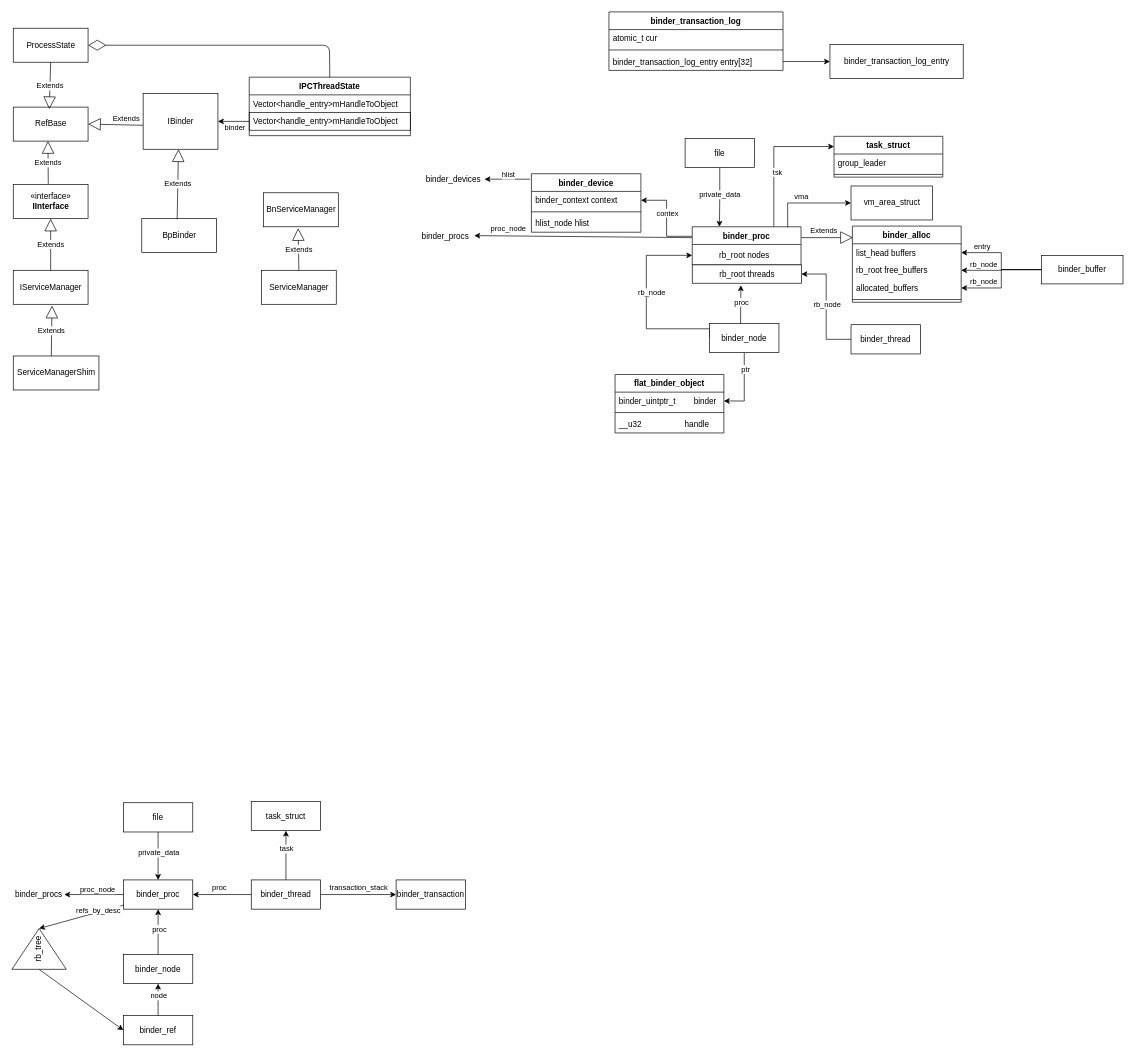
The draw.io diagram Untitled Diagram.drawio in jasonactions/graph, before the edit. Source tidied: cells renumbered, new cells numbered last; positions are measured from the earlier drawing's top-left corner, leaving out a move shared by most shapes. Both pictures are drawn from the tidied source at 68%, with x=0, y=0 at pixel (13, 12).
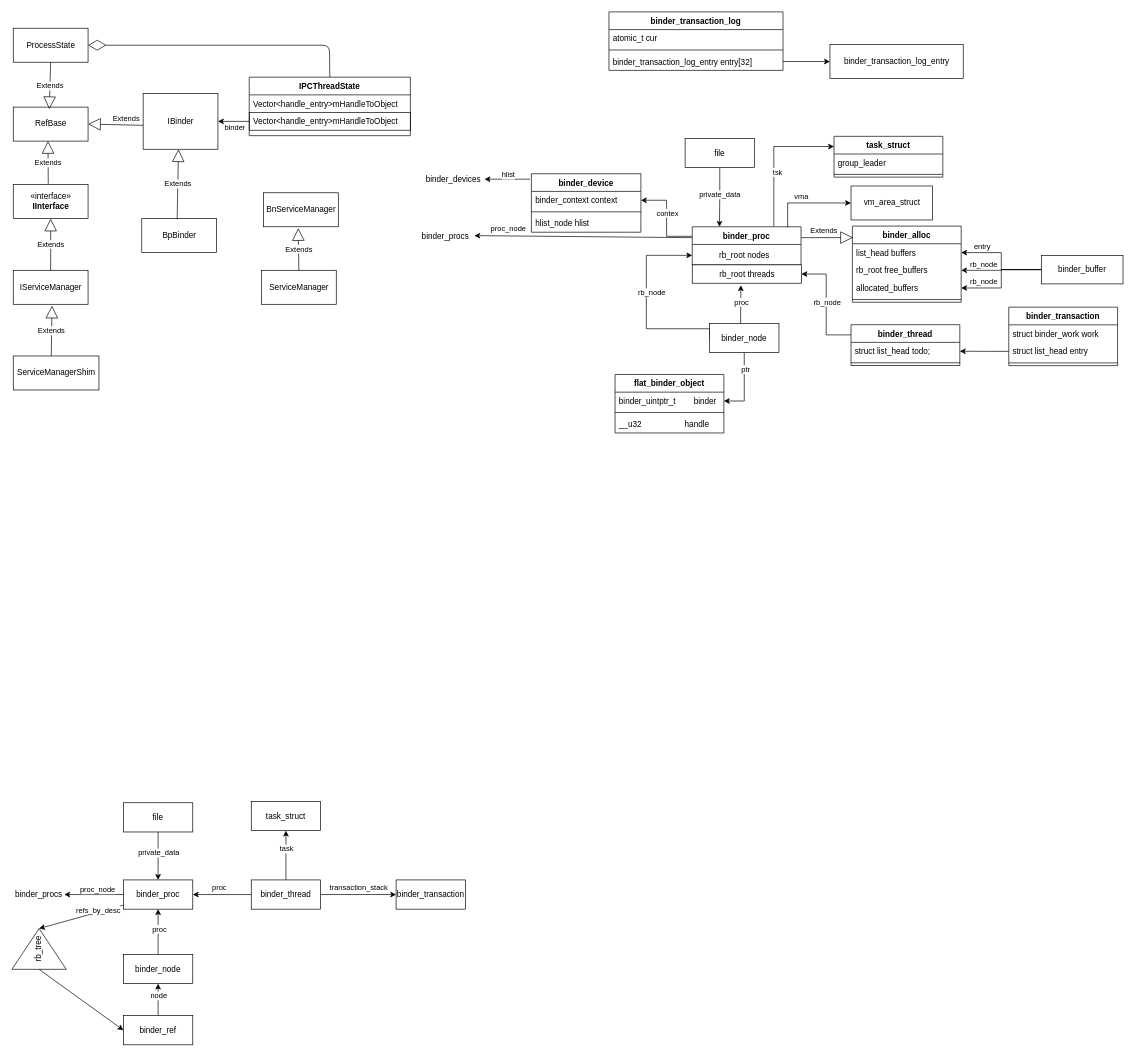
Above is the later version.

Unchanged cells that the change refers to:
```xml
<mxCell id="106" value="rb_root threads" style="rounded=0;whiteSpace=wrap;html=1;" parent="1" vertex="1">
  <mxGeometry x="998.5" y="372" width="160.5" height="27" as="geometry" />
</mxCell>
```

Diff of the diagram source:
```diff
@@
-    <mxCell id="107" style="edgeStyle=orthogonalEdgeStyle;rounded=0;jettySize=auto;html=1;entryX=1;entryY=0.5;entryDx=0;entryDy=0;" parent="1" edge="1" source="109" target="106">
+    <mxCell id="107" style="edgeStyle=orthogonalEdgeStyle;rounded=0;jettySize=auto;html=1;entryX=1;entryY=0.5;entryDx=0;entryDy=0;exitX=0;exitY=0.25;exitDx=0;exitDy=0;" parent="1" edge="1" source="109" target="106">
       <mxGeometry relative="1" as="geometry" />
     </mxCell>
@@
-    <mxCell id="109" value="binder_thread" style="rounded=0;whiteSpace=wrap;html=1;strokeColor=#000000;" parent="1" vertex="1">
-      <mxGeometry x="1232" y="460" width="102" height="43" as="geometry" />
+    <mxCell id="109" value="binder_thread" style="swimlane;fontStyle=1;align=center;verticalAlign=top;horizontal=1;startSize=26;" parent="1" vertex="1">
+      <mxGeometry x="1232" y="460" width="160" height="60" as="geometry" />
     </mxCell>
+    <mxCell id="110" value="struct list_head todo;" style="text;strokeColor=none;fillColor=none;align=left;verticalAlign=top;spacingLeft=4;spacingRight=4;overflow=hidden;points=[[0,0.5],[1,0.5]];portConstraint=eastwest;" parent="109" vertex="1">
+      <mxGeometry y="26" width="160" height="26" as="geometry" />
+    </mxCell>
+    <mxCell id="111" style="line;strokeWidth=1;fillColor=none;align=left;verticalAlign=middle;spacingTop=-1;spacingLeft=3;spacingRight=3;labelPosition=right;" parent="109" vertex="1">
+      <mxGeometry y="52" width="160" height="8" as="geometry" />
+    </mxCell>
+    <mxCell id="112" value="binder_transaction" style="swimlane;fontStyle=1;align=center;verticalAlign=top;horizontal=1;startSize=26;" parent="1" vertex="1">
+      <mxGeometry x="1464" y="434.2" width="160" height="86" as="geometry" />
+    </mxCell>
+    <mxCell id="113" value="struct binder_work work" style="text;strokeColor=none;fillColor=none;align=left;verticalAlign=top;spacingLeft=4;spacingRight=4;overflow=hidden;" parent="112" vertex="1">
+      <mxGeometry y="26" width="160" height="26" as="geometry" />
+    </mxCell>
+    <mxCell id="114" value="struct list_head entry" style="text;strokeColor=none;fillColor=none;align=left;verticalAlign=top;spacingLeft=4;spacingRight=4;overflow=hidden;points=[[0,0.5],[1,0.5]];portConstraint=eastwest;" parent="112" vertex="1">
+      <mxGeometry y="52" width="160" height="26" as="geometry" />
+    </mxCell>
+    <mxCell id="115" style="line;strokeWidth=1;fillColor=none;align=left;verticalAlign=middle;spacingTop=-1;spacingLeft=3;spacingRight=3;labelPosition=right;" parent="112" vertex="1">
+      <mxGeometry y="78" width="160" height="8" as="geometry" />
+    </mxCell>
+    <mxCell id="116" style="edgeStyle=orthogonalEdgeStyle;rounded=0;jettySize=auto;html=1;entryX=1;entryY=0.5;entryDx=0;entryDy=0;" parent="1" edge="1" source="114" target="110">
+      <mxGeometry relative="1" as="geometry" />
+    </mxCell>
```
